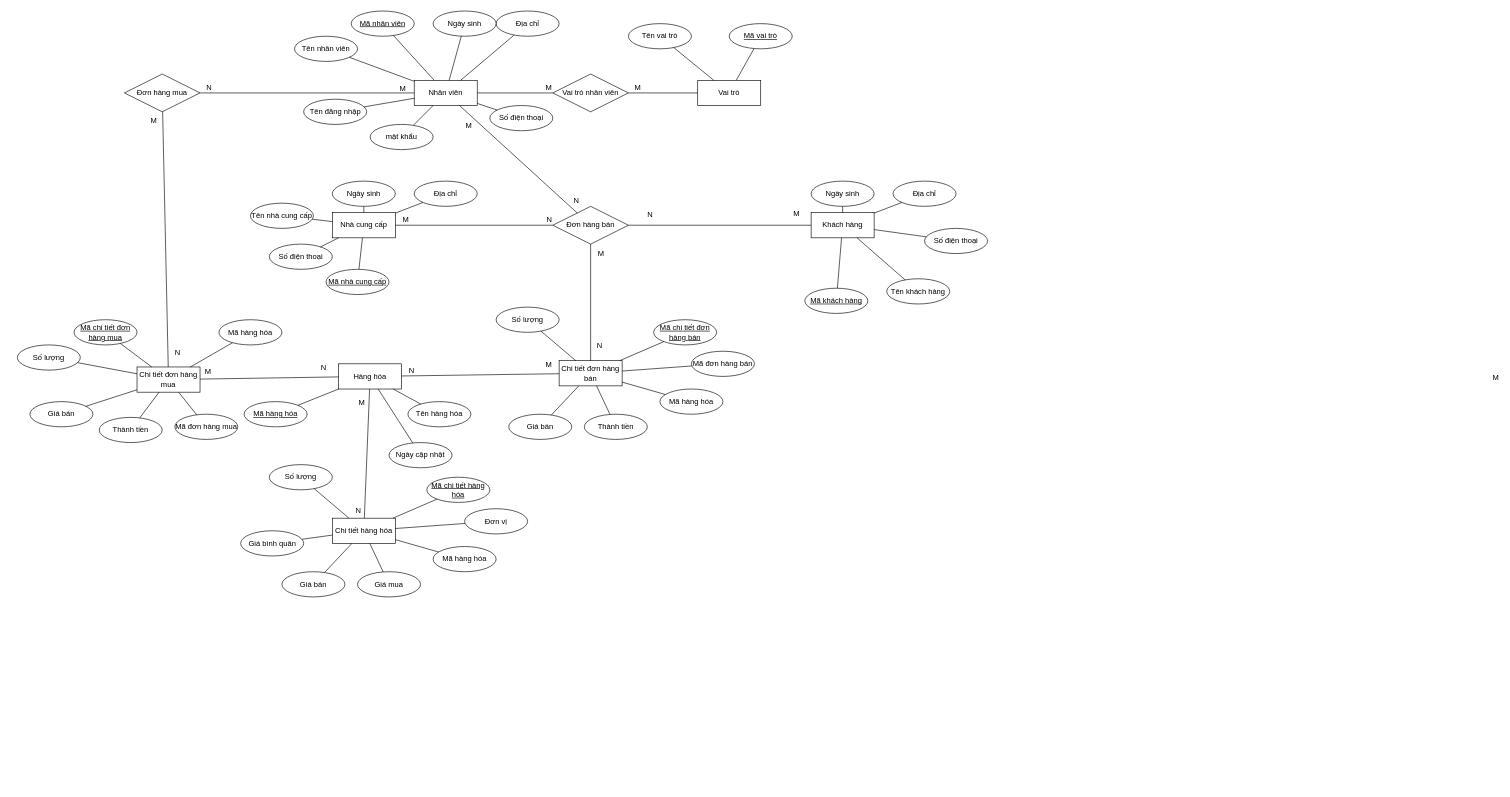
This is DBI202x/Asm/DBI202x_asm3_thonglhfx22724@funix.edu.vn/asm_ER.drawio from HuyThong94/Funix, a draw.io file, before an edit. Source tidied: cells renumbered, new cells numbered last; positions are measured from the earlier drawing's top-left corner, leaving out a move shared by most shapes. Both pictures are drawn from the tidied source at 63%, with x=0, y=0 at pixel (17, 11).
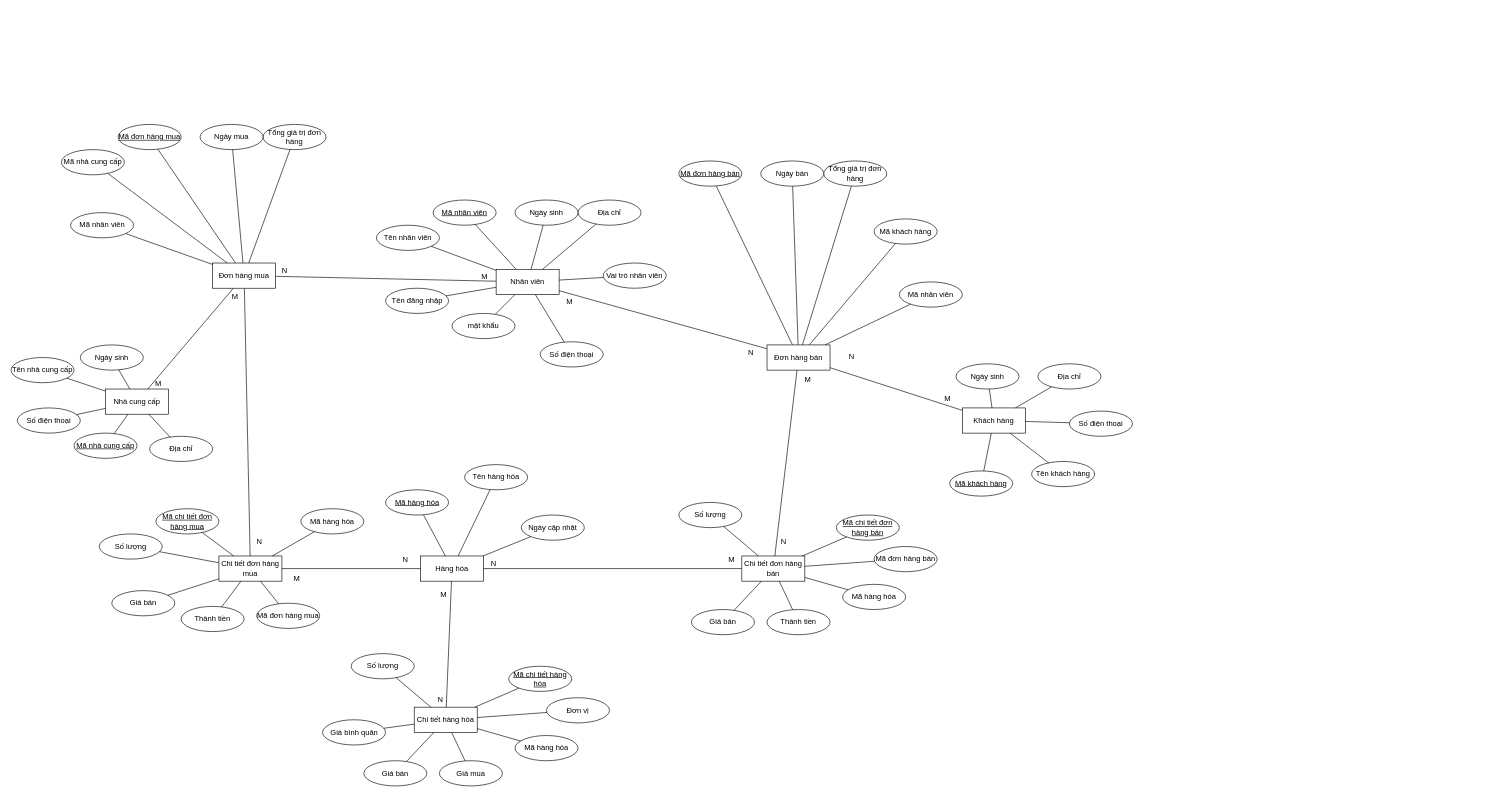
The same diagram, later.

The change refers to these unchanged cells:
```xml
<mxCell id="46" style="endArrow=none;html=1;rounded=0;" parent="1" edge="1" source="2" target="36">
  <mxGeometry relative="1" as="geometry" />
</mxCell>
<mxCell id="83" style="endArrow=none;html=1;rounded=0;" parent="1" edge="1" source="2" target="66">
  <mxGeometry relative="1" as="geometry" />
</mxCell>
<mxCell id="91" style="endArrow=none;html=1;rounded=0;" parent="1" edge="1" source="16" target="67">
  <mxGeometry relative="1" as="geometry" />
</mxCell>
```

Change to the diagram source:
```diff
@@
     <mxCell id="2" value="Nhân viên" style="whiteSpace=wrap;html=1;align=center;" parent="1" vertex="1">
-      <mxGeometry x="630" y="110" width="100" height="40" as="geometry" />
+      <mxGeometry x="760" y="410" width="100" height="40" as="geometry" />
     </mxCell>
     <mxCell id="3" value="Mã nhân viên" style="ellipse;whiteSpace=wrap;html=1;align=center;fontStyle=4;" parent="1" vertex="1">
-      <mxGeometry x="530" width="100" height="40" as="geometry" />
+      <mxGeometry x="660" y="300" width="100" height="40" as="geometry" />
     </mxCell>
     <mxCell id="4" value="mật khẩu" style="ellipse;whiteSpace=wrap;html=1;align=center;" parent="1" vertex="1">
-      <mxGeometry x="560" y="180" width="100" height="40" as="geometry" />
+      <mxGeometry x="690" y="480" width="100" height="40" as="geometry" />
     </mxCell>
     <mxCell id="5" value="Tên đăng nhập" style="ellipse;whiteSpace=wrap;html=1;align=center;" parent="1" vertex="1">
-      <mxGeometry x="454.5" y="140" width="100" height="40" as="geometry" />
+      <mxGeometry x="584.5" y="440" width="100" height="40" as="geometry" />
     </mxCell>
     <mxCell id="6" value="Số điện thoại" style="ellipse;whiteSpace=wrap;html=1;align=center;" parent="1" vertex="1">
-      <mxGeometry x="750" y="150" width="100" height="40" as="geometry" />
+      <mxGeometry x="830" y="525" width="100" height="40" as="geometry" />
     </mxCell>
     <mxCell id="7" value="Địa chỉ" style="ellipse;whiteSpace=wrap;html=1;align=center;" parent="1" vertex="1">
-      <mxGeometry x="760" width="100" height="40" as="geometry" />
+      <mxGeometry x="890" y="300" width="100" height="40" as="geometry" />
     </mxCell>
     <mxCell id="8" value="Ngày sinh" style="ellipse;whiteSpace=wrap;html=1;align=center;" parent="1" vertex="1">
-      <mxGeometry x="660" width="100" height="40" as="geometry" />
+      <mxGeometry x="790" y="300" width="100" height="40" as="geometry" />
     </mxCell>
     <mxCell id="9" value="Tên nhân viên" style="ellipse;whiteSpace=wrap;html=1;align=center;" parent="1" vertex="1">
-      <mxGeometry x="440" y="40" width="100" height="40" as="geometry" />
+      <mxGeometry x="570" y="340" width="100" height="40" as="geometry" />
     </mxCell>
     <mxCell id="10" value="Khách hàng" style="whiteSpace=wrap;html=1;align=center;" parent="1" vertex="1">
-      <mxGeometry x="1260" y="320" width="100" height="40" as="geometry" />
+      <mxGeometry x="1500" y="630" width="100" height="40" as="geometry" />
     </mxCell>
     <mxCell id="11" value="Mã khách hàng" style="ellipse;whiteSpace=wrap;html=1;align=center;fontStyle=4;" parent="1" vertex="1">
-      <mxGeometry x="1250" y="440" width="100" height="40" as="geometry" />
+      <mxGeometry x="1480" y="730" width="100" height="40" as="geometry" />
     </mxCell>
     <mxCell id="12" value="Số điện thoại" style="ellipse;whiteSpace=wrap;html=1;align=center;" parent="1" vertex="1">
-      <mxGeometry x="1440" y="345" width="100" height="40" as="geometry" />
+      <mxGeometry x="1670" y="635" width="100" height="40" as="geometry" />
     </mxCell>
     <mxCell id="13" value="Địa chỉ" style="ellipse;whiteSpace=wrap;html=1;align=center;" parent="1" vertex="1">
-      <mxGeometry x="1390" y="270" width="100" height="40" as="geometry" />
+      <mxGeometry x="1620" y="560" width="100" height="40" as="geometry" />
     </mxCell>
     <mxCell id="14" value="Ngày sinh" style="ellipse;whiteSpace=wrap;html=1;align=center;" parent="1" vertex="1">
-      <mxGeometry x="1260" y="270" width="100" height="40" as="geometry" />
+      <mxGeometry x="1490" y="560" width="100" height="40" as="geometry" />
     </mxCell>
     <mxCell id="15" value="Tên khách hàng" style="ellipse;whiteSpace=wrap;html=1;align=center;" parent="1" vertex="1">
-      <mxGeometry x="1380" y="425" width="100" height="40" as="geometry" />
+      <mxGeometry x="1610" y="715" width="100" height="40" as="geometry" />
     </mxCell>
     <mxCell id="16" value="Hàng hóa" style="whiteSpace=wrap;html=1;align=center;" parent="1" vertex="1">
-      <mxGeometry x="510" y="560" width="100" height="40" as="geometry" />
+      <mxGeometry x="640" y="865" width="100" height="40" as="geometry" />
     </mxCell>
     <mxCell id="17" value="Mã hàng hóa" style="ellipse;whiteSpace=wrap;html=1;align=center;fontStyle=4;" parent="1" vertex="1">
-      <mxGeometry x="360" y="620" width="100" height="40" as="geometry" />
+      <mxGeometry x="584.5" y="760" width="100" height="40" as="geometry" />
     </mxCell>
     <mxCell id="18" value="Tên hàng hóa" style="ellipse;whiteSpace=wrap;html=1;align=center;" parent="1" vertex="1">
-      <mxGeometry x="620" y="620" width="100" height="40" as="geometry" />
+      <mxGeometry x="710" y="720" width="100" height="40" as="geometry" />
     </mxCell>
     <mxCell id="19" value="Ngày cập nhật" style="ellipse;whiteSpace=wrap;html=1;align=center;" parent="1" vertex="1">
-      <mxGeometry x="590" y="685" width="100" height="40" as="geometry" />
+      <mxGeometry x="800" y="800" width="100" height="40" as="geometry" />
     </mxCell>
@@
-    <mxCell id="35" value="Vai trò nhân viên" style="shape=rhombus;perimeter=rhombusPerimeter;whiteSpace=wrap;html=1;align=center;" parent="1" vertex="1">
-      <mxGeometry x="850" y="100" width="120" height="60" as="geometry" />
-    </mxCell>
-    <mxCell id="36" value="Đơn hàng mua" style="shape=rhombus;perimeter=rhombusPerimeter;whiteSpace=wrap;html=1;align=center;" parent="1" vertex="1">
-      <mxGeometry x="170" y="100" width="120" height="60" as="geometry" />
-    </mxCell>
-    <mxCell id="37" value="Vai trò" style="whiteSpace=wrap;html=1;align=center;" parent="1" vertex="1">
-      <mxGeometry x="1080" y="110" width="100" height="40" as="geometry" />
-    </mxCell>
-    <mxCell id="38" value="Mã vai trò" style="ellipse;whiteSpace=wrap;html=1;align=center;fontStyle=4;" parent="1" vertex="1">
-      <mxGeometry x="1130" y="20" width="100" height="40" as="geometry" />
-    </mxCell>
-    <mxCell id="39" value="Tên vai trò" style="ellipse;whiteSpace=wrap;html=1;align=center;" parent="1" vertex="1">
-      <mxGeometry x="970" y="20" width="100" height="40" as="geometry" />
-    </mxCell>
-    <mxCell id="40" style="endArrow=none;html=1;rounded=0;" parent="1" edge="1" source="38" target="37">
-      <mxGeometry relative="1" as="geometry" />
-    </mxCell>
-    <mxCell id="41" style="endArrow=none;html=1;rounded=0;" parent="1" edge="1" source="39" target="37">
-      <mxGeometry relative="1" as="geometry" />
-    </mxCell>
-    <mxCell id="42" style="endArrow=none;html=1;rounded=0;" parent="1" edge="1" source="2" target="35">
-      <mxGeometry relative="1" as="geometry" />
-    </mxCell>
-    <mxCell id="43" value="M" style="html=1;whiteSpace=wrap;align=right;verticalAlign=bottom;" parent="42" vertex="1">
-      <mxGeometry x="1" relative="1" as="geometry" />
-    </mxCell>
-    <mxCell id="44" style="endArrow=none;html=1;rounded=0;" parent="1" edge="1" source="37" target="35">
-      <mxGeometry relative="1" as="geometry" />
-    </mxCell>
-    <mxCell id="45" value="M" style="html=1;whiteSpace=wrap;align=right;verticalAlign=bottom;" parent="44" vertex="1">
-      <mxGeometry x="1" relative="1" as="geometry">
-        <mxPoint x="21" as="offset" />
-      </mxGeometry>
-    </mxCell>
@@
     <mxCell id="49" value="M" style="html=1;whiteSpace=wrap;align=left;verticalAlign=bottom;" parent="46" vertex="1">
       <mxGeometry x="-1" relative="1" as="geometry">
-        <mxPoint x="80" y="60" as="offset" />
+        <mxPoint x="110" y="41" as="offset" />
       </mxGeometry>
     </mxCell>
     <mxCell id="50" value="Chi tiết đơn hàng mua" style="whiteSpace=wrap;html=1;align=center;" parent="1" vertex="1">
-      <mxGeometry x="190" y="565" width="100" height="40" as="geometry" />
+      <mxGeometry x="320" y="865" width="100" height="40" as="geometry" />
     </mxCell>
     <mxCell id="51" value="Mã chi tiết đơn hàng mua" style="ellipse;whiteSpace=wrap;html=1;align=center;fontStyle=4;" parent="1" vertex="1">
-      <mxGeometry x="90" y="490" width="100" height="40" as="geometry" />
+      <mxGeometry x="220" y="790" width="100" height="40" as="geometry" />
     </mxCell>
     <mxCell id="52" value="Giá bán" style="ellipse;whiteSpace=wrap;html=1;align=center;" parent="1" vertex="1">
-      <mxGeometry x="20" y="620" width="100" height="40" as="geometry" />
+      <mxGeometry x="150" y="920" width="100" height="40" as="geometry" />
     </mxCell>
     <mxCell id="53" value="Thành tiền" style="ellipse;whiteSpace=wrap;html=1;align=center;" parent="1" vertex="1">
-      <mxGeometry x="130" y="645" width="100" height="40" as="geometry" />
+      <mxGeometry x="260" y="945" width="100" height="40" as="geometry" />
     </mxCell>
     <mxCell id="54" value="Mã hàng hóa" style="ellipse;whiteSpace=wrap;html=1;align=center;" parent="1" vertex="1">
-      <mxGeometry x="320" y="490" width="100" height="40" as="geometry" />
+      <mxGeometry x="450" y="790" width="100" height="40" as="geometry" />
     </mxCell>
     <mxCell id="55" value="Mã đơn hàng mua" style="ellipse;whiteSpace=wrap;html=1;align=center;" parent="1" vertex="1">
-      <mxGeometry x="250" y="640" width="100" height="40" as="geometry" />
+      <mxGeometry x="380" y="940" width="100" height="40" as="geometry" />
     </mxCell>
     <mxCell id="56" value="Số lượng" style="ellipse;whiteSpace=wrap;html=1;align=center;" parent="1" vertex="1">
-      <mxGeometry y="530" width="100" height="40" as="geometry" />
+      <mxGeometry x="130" y="830" width="100" height="40" as="geometry" />
     </mxCell>
@@
-    <mxCell id="66" value="Đơn hàng bán" style="shape=rhombus;perimeter=rhombusPerimeter;whiteSpace=wrap;html=1;align=center;" parent="1" vertex="1">
-      <mxGeometry x="850" y="310" width="120" height="60" as="geometry" />
-    </mxCell>
     <mxCell id="67" value="Chi tiết đơn hàng bán" style="whiteSpace=wrap;html=1;align=center;" parent="1" vertex="1">
-      <mxGeometry x="860" y="555" width="100" height="40" as="geometry" />
+      <mxGeometry x="1150" y="865" width="100" height="40" as="geometry" />
     </mxCell>
     <mxCell id="68" value="Mã chi tiết đơn hàng bán" style="ellipse;whiteSpace=wrap;html=1;align=center;fontStyle=4;" parent="1" vertex="1">
-      <mxGeometry x="1010" y="490" width="100" height="40" as="geometry" />
+      <mxGeometry x="1300" y="800" width="100" height="40" as="geometry" />
     </mxCell>
     <mxCell id="69" value="Giá bán" style="ellipse;whiteSpace=wrap;html=1;align=center;" parent="1" vertex="1">
-      <mxGeometry x="780" y="640" width="100" height="40" as="geometry" />
+      <mxGeometry x="1070" y="950" width="100" height="40" as="geometry" />
     </mxCell>
     <mxCell id="70" value="Thành tiền" style="ellipse;whiteSpace=wrap;html=1;align=center;" parent="1" vertex="1">
-      <mxGeometry x="900" y="640" width="100" height="40" as="geometry" />
+      <mxGeometry x="1190" y="950" width="100" height="40" as="geometry" />
     </mxCell>
     <mxCell id="71" value="Mã hàng hóa" style="ellipse;whiteSpace=wrap;html=1;align=center;" parent="1" vertex="1">
-      <mxGeometry x="1020" y="600" width="100" height="40" as="geometry" />
+      <mxGeometry x="1310" y="910" width="100" height="40" as="geometry" />
     </mxCell>
     <mxCell id="72" value="Mã đơn hàng bán" style="ellipse;whiteSpace=wrap;html=1;align=center;" parent="1" vertex="1">
-      <mxGeometry x="1070" y="540" width="100" height="40" as="geometry" />
+      <mxGeometry x="1360" y="850" width="100" height="40" as="geometry" />
     </mxCell>
     <mxCell id="73" value="Số lượng" style="ellipse;whiteSpace=wrap;html=1;align=center;" parent="1" vertex="1">
-      <mxGeometry x="760" y="470" width="100" height="40" as="geometry" />
+      <mxGeometry x="1050" y="780" width="100" height="40" as="geometry" />
     </mxCell>
@@
-    <mxCell id="84" value="M" style="html=1;whiteSpace=wrap;align=left;verticalAlign=bottom;" parent="83" vertex="1">
-      <mxGeometry x="-1" relative="1" as="geometry">
-        <mxPoint x="1638" y="440" as="offset" />
-      </mxGeometry>
-    </mxCell>
     <mxCell id="85" value="N" style="html=1;whiteSpace=wrap;align=right;verticalAlign=bottom;" parent="83" vertex="1">
       <mxGeometry x="1" relative="1" as="geometry">
-        <mxPoint x="4" y="-12" as="offset" />
+        <mxPoint x="-20" y="14" as="offset" />
       </mxGeometry>
     </mxCell>
@@
     <mxCell id="94" value="M" style="html=1;whiteSpace=wrap;align=right;verticalAlign=bottom;" parent="91" vertex="1">
       <mxGeometry x="1" relative="1" as="geometry">
-        <mxPoint x="-551" y="4" as="offset" />
+        <mxPoint x="-700" y="25" as="offset" />
       </mxGeometry>
     </mxCell>
     <mxCell id="95" value="Nhà cung cấp" style="whiteSpace=wrap;html=1;align=center;" parent="1" vertex="1">
-      <mxGeometry x="500" y="320" width="100" height="40" as="geometry" />
+      <mxGeometry x="140" y="600" width="100" height="40" as="geometry" />
     </mxCell>
     <mxCell id="96" value="Mã nhà cung cấp" style="ellipse;whiteSpace=wrap;html=1;align=center;fontStyle=4;" parent="1" vertex="1">
-      <mxGeometry x="490" y="410" width="100" height="40" as="geometry" />
+      <mxGeometry x="90" y="670" width="100" height="40" as="geometry" />
     </mxCell>
     <mxCell id="97" value="Số điện thoại" style="ellipse;whiteSpace=wrap;html=1;align=center;" parent="1" vertex="1">
-      <mxGeometry x="400" y="370" width="100" height="40" as="geometry" />
+      <mxGeometry y="630" width="100" height="40" as="geometry" />
     </mxCell>
     <mxCell id="98" value="Địa chỉ" style="ellipse;whiteSpace=wrap;html=1;align=center;" parent="1" vertex="1">
-      <mxGeometry x="630" y="270" width="100" height="40" as="geometry" />
+      <mxGeometry x="210" y="675" width="100" height="40" as="geometry" />
     </mxCell>
     <mxCell id="99" value="Ngày sinh" style="ellipse;whiteSpace=wrap;html=1;align=center;" parent="1" vertex="1">
-      <mxGeometry x="500" y="270" width="100" height="40" as="geometry" />
+      <mxGeometry x="100" y="530" width="100" height="40" as="geometry" />
     </mxCell>
     <mxCell id="100" value="Tên nhà cung cấp" style="ellipse;whiteSpace=wrap;html=1;align=center;" parent="1" vertex="1">
-      <mxGeometry x="370" y="305" width="100" height="40" as="geometry" />
+      <mxGeometry x="-10" y="550" width="100" height="40" as="geometry" />
     </mxCell>
@@
-    <mxCell id="106" style="endArrow=none;html=1;rounded=0;" parent="1" edge="1" source="95" target="66">
+    <mxCell id="106" style="endArrow=none;html=1;rounded=0;" parent="1" edge="1" source="95" target="36">
       <mxGeometry relative="1" as="geometry" />
     </mxCell>
@@
     <mxCell id="109" value="Chi tiết hàng hóa" style="whiteSpace=wrap;html=1;align=center;" parent="1" vertex="1">
-      <mxGeometry x="500" y="805" width="100" height="40" as="geometry" />
+      <mxGeometry x="630" y="1105" width="100" height="40" as="geometry" />
     </mxCell>
     <mxCell id="110" value="Mã chi tiết hàng hóa" style="ellipse;whiteSpace=wrap;html=1;align=center;fontStyle=4;" parent="1" vertex="1">
-      <mxGeometry x="650" y="740" width="100" height="40" as="geometry" />
+      <mxGeometry x="780" y="1040" width="100" height="40" as="geometry" />
     </mxCell>
     <mxCell id="111" value="Giá bán" style="ellipse;whiteSpace=wrap;html=1;align=center;" parent="1" vertex="1">
-      <mxGeometry x="420" y="890" width="100" height="40" as="geometry" />
+      <mxGeometry x="550" y="1190" width="100" height="40" as="geometry" />
     </mxCell>
     <mxCell id="112" value="Giá mua" style="ellipse;whiteSpace=wrap;html=1;align=center;" parent="1" vertex="1">
-      <mxGeometry x="540" y="890" width="100" height="40" as="geometry" />
+      <mxGeometry x="670" y="1190" width="100" height="40" as="geometry" />
     </mxCell>
     <mxCell id="113" value="Mã hàng hóa" style="ellipse;whiteSpace=wrap;html=1;align=center;" parent="1" vertex="1">
-      <mxGeometry x="660" y="850" width="100" height="40" as="geometry" />
+      <mxGeometry x="790" y="1150" width="100" height="40" as="geometry" />
     </mxCell>
     <mxCell id="114" value="Đơn vị" style="ellipse;whiteSpace=wrap;html=1;align=center;" parent="1" vertex="1">
-      <mxGeometry x="710" y="790" width="100" height="40" as="geometry" />
+      <mxGeometry x="840" y="1090" width="100" height="40" as="geometry" />
     </mxCell>
     <mxCell id="115" value="Số lượng" style="ellipse;whiteSpace=wrap;html=1;align=center;" parent="1" vertex="1">
-      <mxGeometry x="400" y="720" width="100" height="40" as="geometry" />
+      <mxGeometry x="530" y="1020" width="100" height="40" as="geometry" />
     </mxCell>
@@
     <mxCell id="122" value="Giá bình quân" style="ellipse;whiteSpace=wrap;html=1;align=center;" parent="1" vertex="1">
-      <mxGeometry x="354.5" y="825" width="100" height="40" as="geometry" />
+      <mxGeometry x="484.5" y="1125" width="100" height="40" as="geometry" />
     </mxCell>
@@
+    <mxCell id="36" value="Đơn hàng mua" style="whiteSpace=wrap;html=1;align=center;" parent="1" vertex="1">
+      <mxGeometry x="310" y="400" width="100" height="40" as="geometry" />
+    </mxCell>
+    <mxCell id="127" value="Mã đơn hàng mua" style="ellipse;whiteSpace=wrap;html=1;align=center;fontStyle=4;" parent="1" vertex="1">
+      <mxGeometry x="160" y="180" width="100" height="40" as="geometry" />
+    </mxCell>
+    <mxCell id="128" value="Mã nhân viên" style="ellipse;whiteSpace=wrap;html=1;align=center;" parent="1" vertex="1">
+      <mxGeometry x="84.5" y="320" width="100" height="40" as="geometry" />
+    </mxCell>
+    <mxCell id="129" value="Tổng giá trị đơn hàng" style="ellipse;whiteSpace=wrap;html=1;align=center;" parent="1" vertex="1">
+      <mxGeometry x="390" y="180" width="100" height="40" as="geometry" />
+    </mxCell>
+    <mxCell id="130" value="Ngày mua" style="ellipse;whiteSpace=wrap;html=1;align=center;" parent="1" vertex="1">
+      <mxGeometry x="290" y="180" width="100" height="40" as="geometry" />
+    </mxCell>
+    <mxCell id="131" value="Mã nhà cung cấp" style="ellipse;whiteSpace=wrap;html=1;align=center;" parent="1" vertex="1">
+      <mxGeometry x="70" y="220" width="100" height="40" as="geometry" />
+    </mxCell>
+    <mxCell id="132" style="endArrow=none;html=1;rounded=0;" parent="1" edge="1" source="127" target="36">
+      <mxGeometry relative="1" as="geometry" />
+    </mxCell>
+    <mxCell id="133" style="endArrow=none;html=1;rounded=0;" parent="1" edge="1" source="130" target="36">
+      <mxGeometry relative="1" as="geometry" />
+    </mxCell>
+    <mxCell id="134" style="endArrow=none;html=1;rounded=0;" parent="1" edge="1" source="129" target="36">
+      <mxGeometry relative="1" as="geometry" />
+    </mxCell>
+    <mxCell id="135" style="endArrow=none;html=1;rounded=0;" parent="1" edge="1" source="36" target="128">
+      <mxGeometry relative="1" as="geometry" />
+    </mxCell>
+    <mxCell id="136" style="endArrow=none;html=1;rounded=0;" parent="1" edge="1" source="131" target="36">
+      <mxGeometry relative="1" as="geometry" />
+    </mxCell>
+    <mxCell id="66" value="Đơn hàng bán" style="whiteSpace=wrap;html=1;align=center;" parent="1" vertex="1">
+      <mxGeometry x="1190" y="530" width="100" height="40" as="geometry" />
+    </mxCell>
+    <mxCell id="137" value="Mã đơn hàng bán" style="ellipse;whiteSpace=wrap;html=1;align=center;fontStyle=4;" parent="1" vertex="1">
+      <mxGeometry x="1050" y="238" width="100" height="40" as="geometry" />
+    </mxCell>
+    <mxCell id="138" value="Mã nhân viên" style="ellipse;whiteSpace=wrap;html=1;align=center;" parent="1" vertex="1">
+      <mxGeometry x="1400" y="430" width="100" height="40" as="geometry" />
+    </mxCell>
+    <mxCell id="139" value="Tổng giá trị đơn hàng" style="ellipse;whiteSpace=wrap;html=1;align=center;" parent="1" vertex="1">
+      <mxGeometry x="1280" y="238" width="100" height="40" as="geometry" />
+    </mxCell>
+    <mxCell id="140" value="Ngày bán" style="ellipse;whiteSpace=wrap;html=1;align=center;" parent="1" vertex="1">
+      <mxGeometry x="1180" y="238" width="100" height="40" as="geometry" />
+    </mxCell>
+    <mxCell id="141" value="Mã khách hàng" style="ellipse;whiteSpace=wrap;html=1;align=center;" parent="1" vertex="1">
+      <mxGeometry x="1360" y="330" width="100" height="40" as="geometry" />
+    </mxCell>
+    <mxCell id="142" style="endArrow=none;html=1;rounded=0;" parent="1" edge="1" source="137" target="66">
+      <mxGeometry relative="1" as="geometry" />
+    </mxCell>
+    <mxCell id="143" style="endArrow=none;html=1;rounded=0;" parent="1" edge="1" source="140" target="66">
+      <mxGeometry relative="1" as="geometry" />
+    </mxCell>
+    <mxCell id="144" style="endArrow=none;html=1;rounded=0;" parent="1" edge="1" source="139" target="66">
+      <mxGeometry relative="1" as="geometry" />
+    </mxCell>
+    <mxCell id="145" style="endArrow=none;html=1;rounded=0;" parent="1" edge="1" source="66" target="138">
+      <mxGeometry relative="1" as="geometry" />
+    </mxCell>
+    <mxCell id="146" style="endArrow=none;html=1;rounded=0;" parent="1" edge="1" source="141" target="66">
+      <mxGeometry relative="1" as="geometry" />
+    </mxCell>
+    <mxCell id="35" value="Vai trò nhân viên" style="ellipse;whiteSpace=wrap;html=1;align=center;" parent="1" vertex="1">
+      <mxGeometry x="930" y="400" width="100" height="40" as="geometry" />
+    </mxCell>
+    <mxCell id="42" style="endArrow=none;html=1;rounded=0;" parent="1" edge="1" source="2" target="35">
+      <mxGeometry relative="1" as="geometry" />
+    </mxCell>
```
